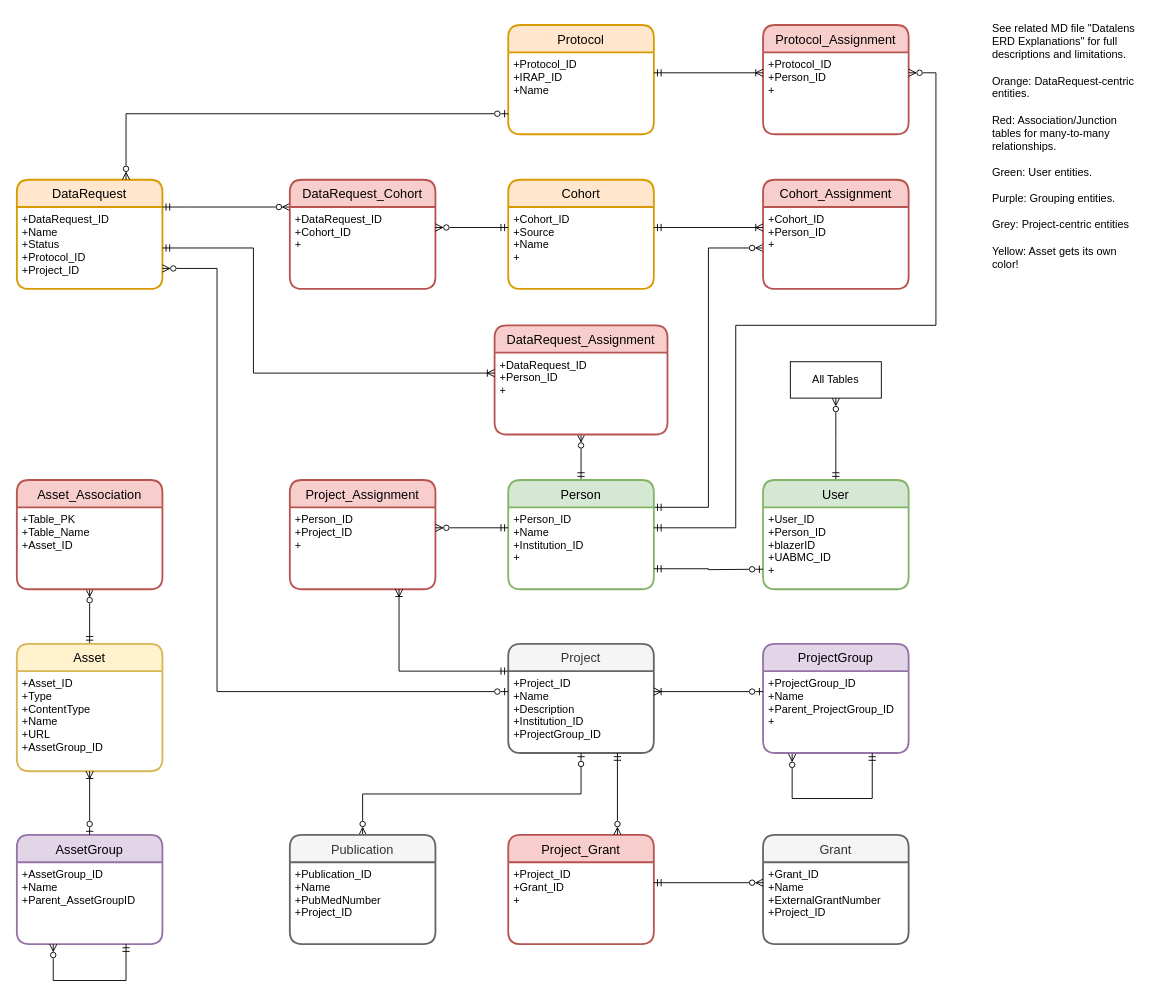
Before: page "All tables" (9 of 9) of DataLens ERD.drawio in ntimkovich/UAB-II-Diagrams, a draw.io diagram. Source tidied: cells renumbered, new cells numbered last; positions are measured from the earlier drawing's top-left corner, leaving out a move shared by most shapes. Both pictures are drawn from the tidied source at 91%, with x=0, y=0 at pixel (16, 15).
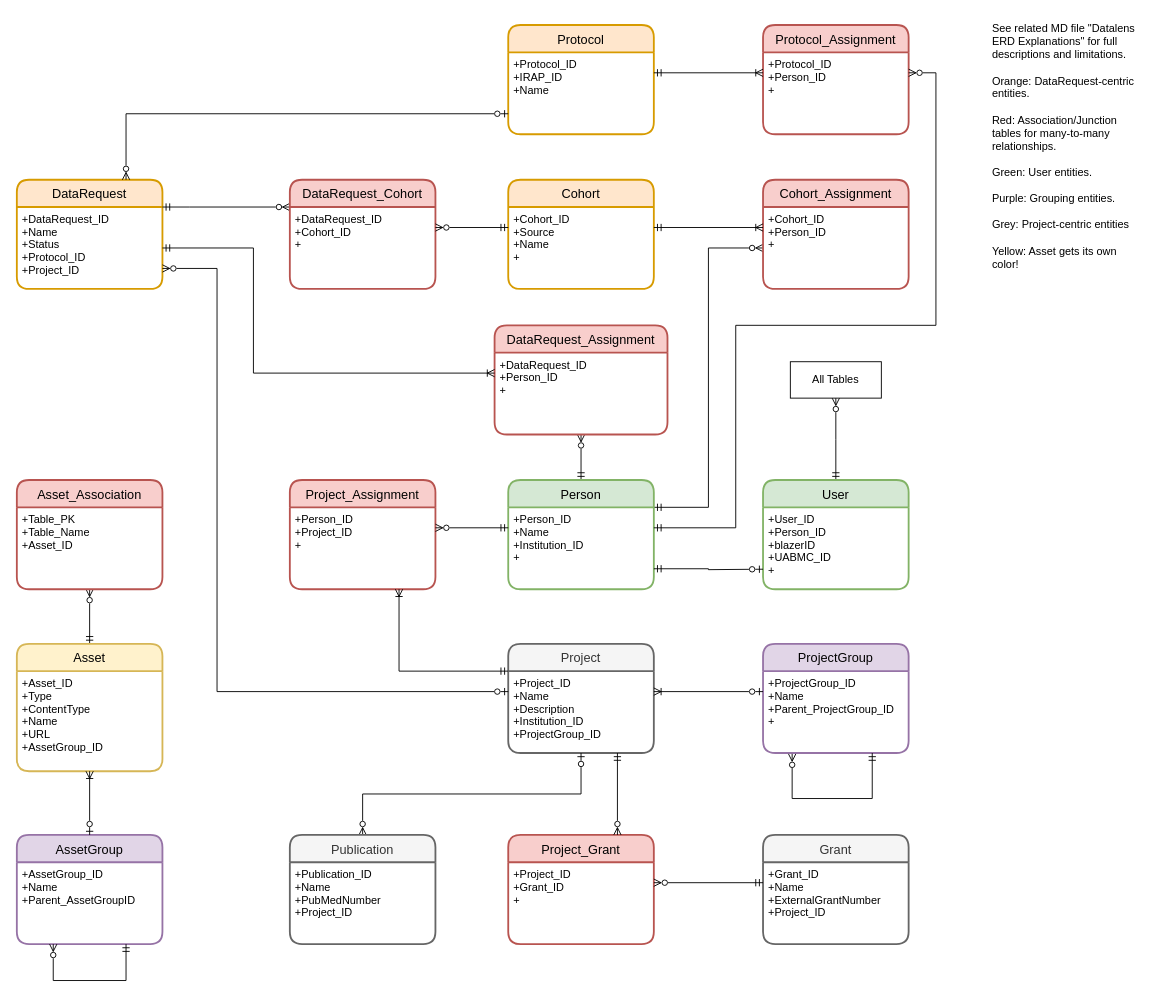
After the change.

The change refers to these unchanged cells:
```xml
<mxCell id="48" value="+Grant_ID&#10;+Name&#10;+ExternalGrantNumber&#10;+Project_ID" style="align=left;strokeColor=none;fillColor=none;spacingLeft=4;fontSize=12;verticalAlign=top;" parent="47" vertex="1">
  <mxGeometry y="30" width="160" height="90" as="geometry" />
</mxCell>
<mxCell id="58" value="+Project_ID&#10;+Grant_ID&#10;+" style="align=left;strokeColor=none;fillColor=none;spacingLeft=4;fontSize=12;verticalAlign=top;" parent="57" vertex="1">
  <mxGeometry y="30" width="160" height="90" as="geometry" />
</mxCell>
```

Diff of the diagram source:
```diff
@@
-    <mxCell id="60" style="edgeStyle=orthogonalEdgeStyle;rounded=0;jettySize=auto;html=1;exitX=1;exitY=0.25;exitDx=0;exitDy=0;entryX=0;entryY=0.25;entryDx=0;entryDy=0;startArrow=ERmandOne;startFill=0;endArrow=ERzeroToMany;endFill=0;" parent="1" edge="1" source="58" target="48">
+    <mxCell id="60" style="edgeStyle=orthogonalEdgeStyle;rounded=0;jettySize=auto;html=1;exitX=1;exitY=0.25;exitDx=0;exitDy=0;entryX=0;entryY=0.25;entryDx=0;entryDy=0;startArrow=ERzeroToMany;startFill=0;endArrow=ERmandOne;endFill=0;" parent="1" edge="1" source="58" target="48">
       <mxGeometry relative="1" as="geometry" />
     </mxCell>
```
